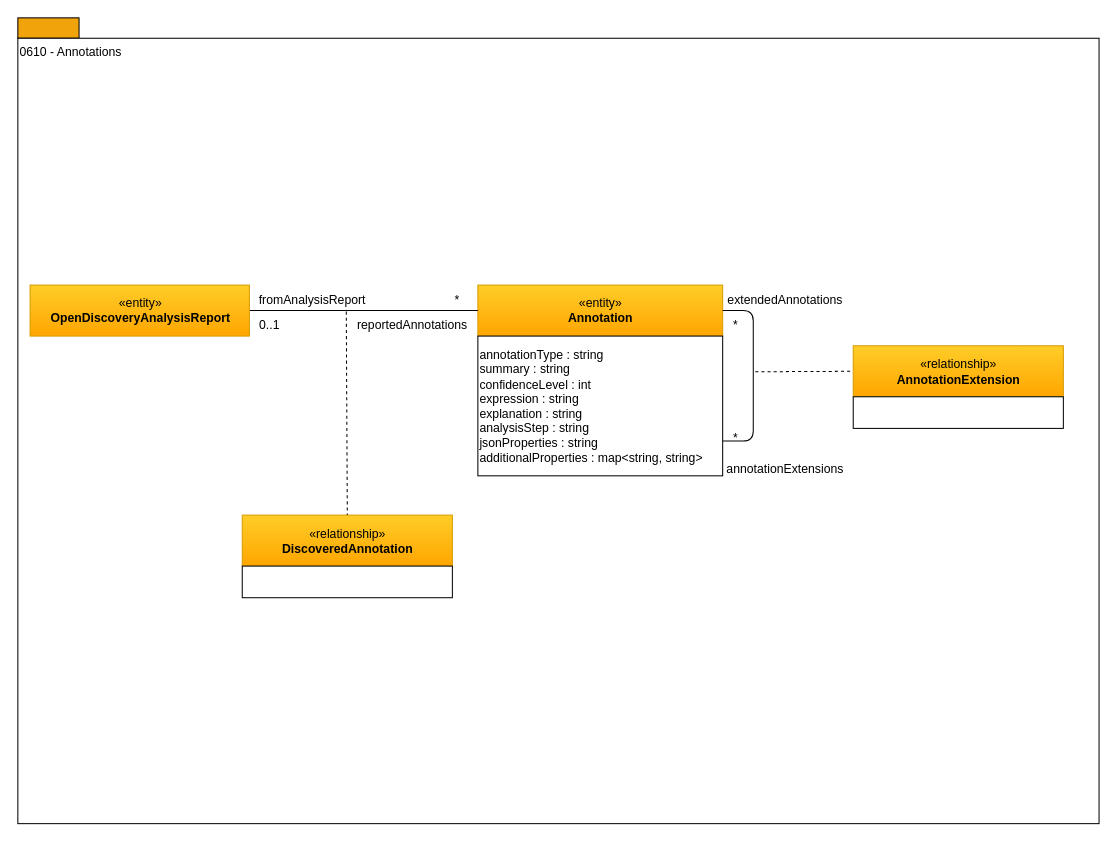
Above: page "0610 - Annotations" (6 of 17) of open-metadata-publication/website/open-metadata-types/area-6-discovery.drawio in planetf1/egeria (draw.io), before the change. Source tidied: cells renumbered, new cells numbered last; positions are measured from the earlier drawing's top-left corner, leaving out a move shared by most shapes. Both pictures are drawn from the tidied source at 102%, with x=0, y=0 at pixel (17, 17).
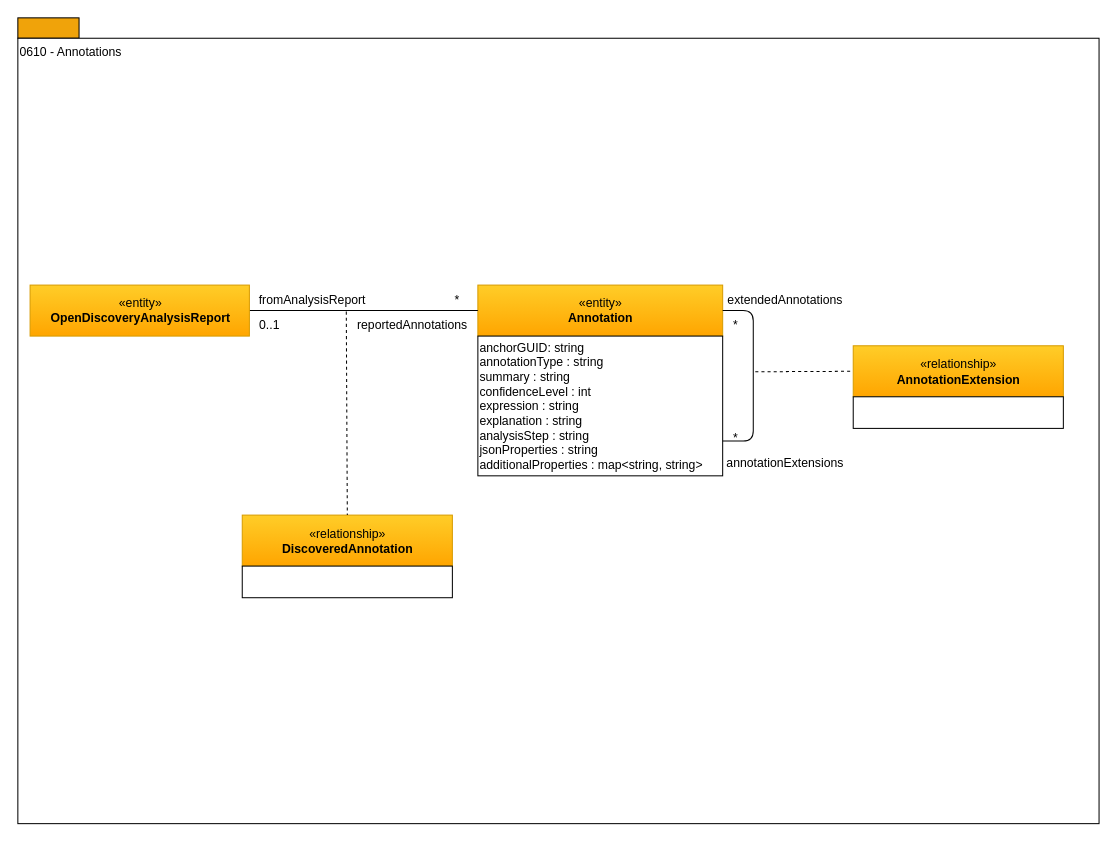
The same diagram, later.

Change to the diagram source:
```diff
@@
-    <mxCell id="5" value="annotationType : string&lt;br&gt;summary : string&lt;br&gt;confidenceLevel : int&lt;br&gt;expression : string&lt;br&gt;explanation : string&lt;br&gt;analysisStep : string&lt;br&gt;jsonProperties : string&lt;br&gt;additionalProperties : map&amp;lt;string, string&amp;gt;&lt;br&gt;" style="rounded=0;whiteSpace=wrap;html=1;strokeColor=#000000;gradientColor=#ffffff;align=left;" parent="1" vertex="1">
+    <mxCell id="5" value="anchorGUID: string&lt;br&gt;annotationType : string&lt;br&gt;summary : string&lt;br&gt;confidenceLevel : int&lt;br&gt;expression : string&lt;br&gt;explanation : string&lt;br&gt;analysisStep : string&lt;br&gt;jsonProperties : string&lt;br&gt;additionalProperties : map&amp;lt;string, string&amp;gt;&lt;br&gt;" style="rounded=0;whiteSpace=wrap;html=1;strokeColor=#000000;gradientColor=#ffffff;align=left;" parent="1" vertex="1">
       <mxGeometry x="451" y="312" width="240" height="137" as="geometry" />
     </mxCell>
@@
     <mxCell id="22" value="annotationExtensions" style="text;html=1;strokeColor=none;fillColor=none;align=center;verticalAlign=middle;whiteSpace=wrap;rounded=0;" parent="1" vertex="1">
-      <mxGeometry x="691" y="432.5" width="123" height="20" as="geometry" />
+      <mxGeometry x="691" y="426.5" width="123" height="20" as="geometry" />
     </mxCell>
```
